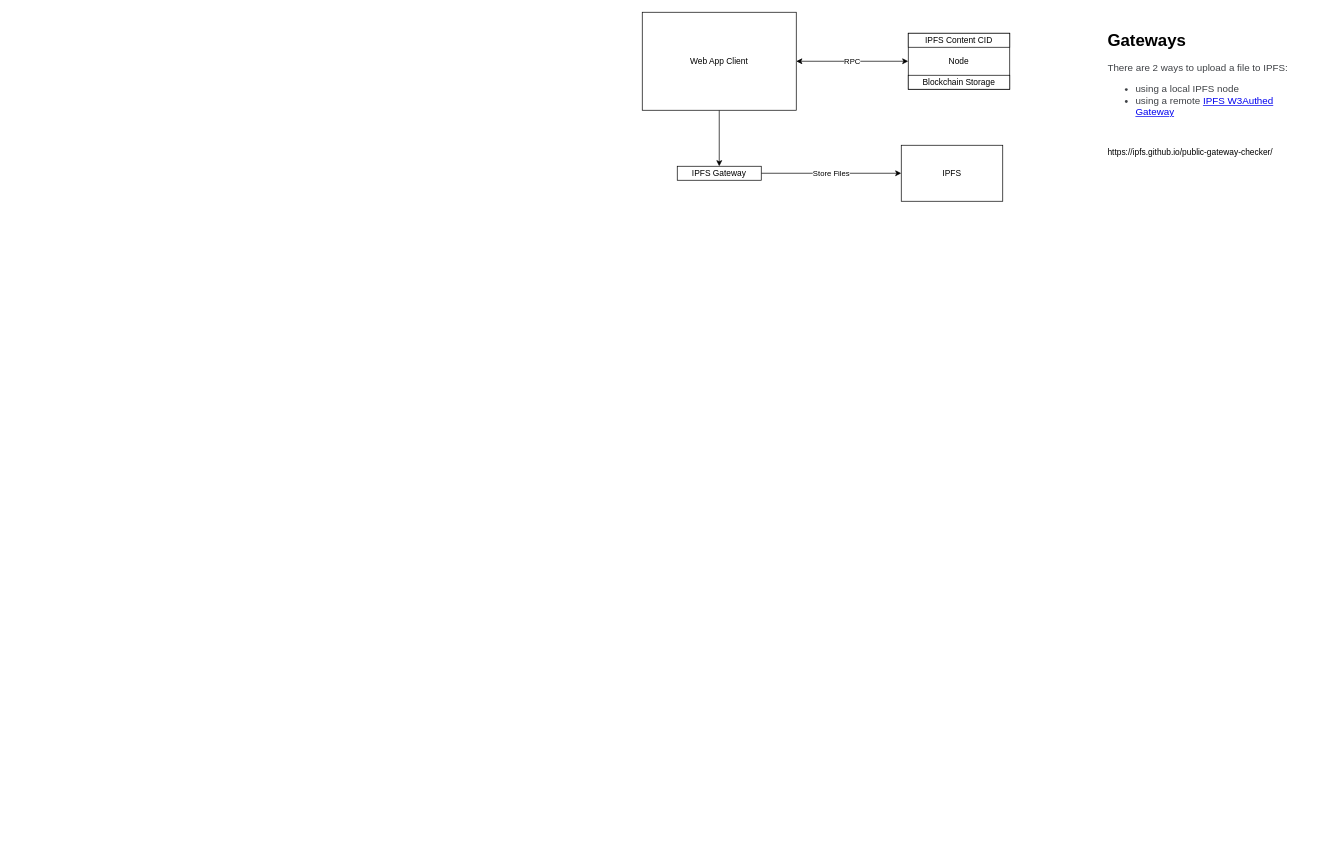
This is designs/architecture/IPFS Diagram.drawio from UniversalDot/documents, a draw.io file, before an edit. Source tidied: cells renumbered, new cells numbered last; positions are measured from the earlier drawing's top-left corner, leaving out a move shared by most shapes. Both pictures are drawn from the tidied source at 70%, with x=0, y=0 at pixel (642, 12).
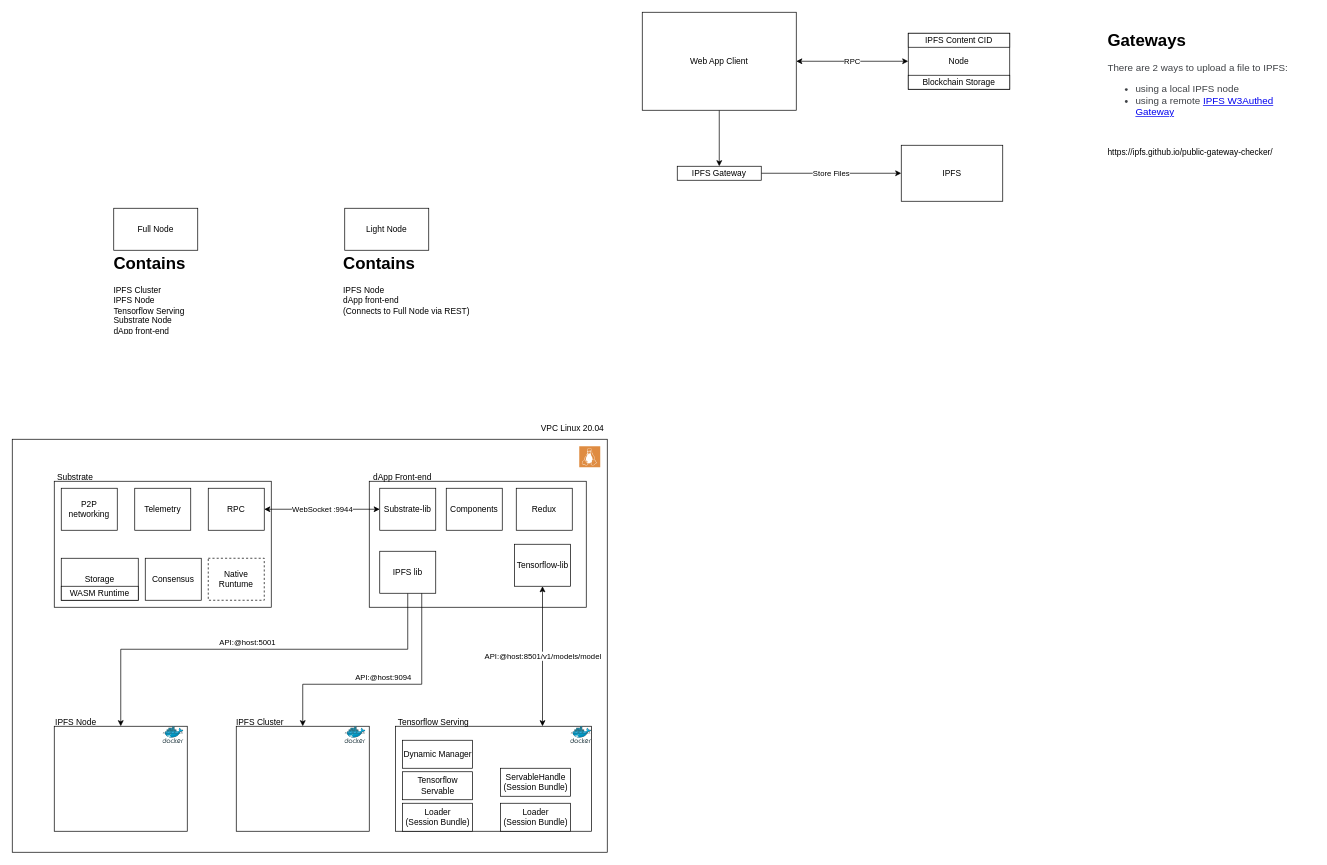
After the change.

Change to the diagram source:
```diff
@@
+    <mxCell id="12" style="rounded=0;whiteSpace=wrap;html=1;" parent="1" vertex="1">
+      <mxGeometry x="-900" y="610" width="850" height="590" as="geometry" />
+    </mxCell>
@@
+    <mxCell id="13" style="rounded=0;whiteSpace=wrap;html=1;" parent="1" vertex="1">
+      <mxGeometry x="-840" y="670" width="310" height="180" as="geometry" />
+    </mxCell>
+    <mxCell id="14" value="Substrate" style="text;html=1;strokeColor=none;fillColor=none;align=center;verticalAlign=middle;whiteSpace=wrap;rounded=0;" parent="1" vertex="1">
+      <mxGeometry x="-840" y="650" width="60" height="30" as="geometry" />
+    </mxCell>
+    <mxCell id="15" value="Storage" style="rounded=0;whiteSpace=wrap;html=1;" parent="1" vertex="1">
+      <mxGeometry x="-830" y="780" width="110" height="60" as="geometry" />
+    </mxCell>
+    <mxCell id="16" value="WASM Runtime" style="rounded=0;whiteSpace=wrap;html=1;" parent="1" vertex="1">
+      <mxGeometry x="-830" y="820" width="110" height="20" as="geometry" />
+    </mxCell>
+    <mxCell id="17" value="Consensus" style="rounded=0;whiteSpace=wrap;html=1;" parent="1" vertex="1">
+      <mxGeometry x="-710" y="780" width="80" height="60" as="geometry" />
+    </mxCell>
+    <mxCell id="18" value="P2P networking" style="rounded=0;whiteSpace=wrap;html=1;" parent="1" vertex="1">
+      <mxGeometry x="-830" y="680" width="80" height="60" as="geometry" />
+    </mxCell>
+    <mxCell id="19" value="RPC" style="rounded=0;whiteSpace=wrap;html=1;" parent="1" vertex="1">
+      <mxGeometry x="-620" y="680" width="80" height="60" as="geometry" />
+    </mxCell>
+    <mxCell id="20" value="Telemetry" style="rounded=0;whiteSpace=wrap;html=1;" parent="1" vertex="1">
+      <mxGeometry x="-725" y="680" width="80" height="60" as="geometry" />
+    </mxCell>
+    <mxCell id="21" value="Native Runtume" style="rounded=0;whiteSpace=wrap;html=1;dashed=1;" parent="1" vertex="1">
+      <mxGeometry x="-620" y="780" width="80" height="60" as="geometry" />
+    </mxCell>
+    <mxCell id="22" style="rounded=0;whiteSpace=wrap;html=1;" parent="1" vertex="1">
+      <mxGeometry x="-390" y="670" width="310" height="180" as="geometry" />
+    </mxCell>
+    <mxCell id="23" value="dApp Front-end" style="text;html=1;strokeColor=none;fillColor=none;align=center;verticalAlign=middle;whiteSpace=wrap;rounded=0;" parent="1" vertex="1">
+      <mxGeometry x="-395" y="650" width="105" height="30" as="geometry" />
+    </mxCell>
+    <mxCell id="24" value="Substrate-lib" style="rounded=0;whiteSpace=wrap;html=1;" parent="1" vertex="1">
+      <mxGeometry x="-375" y="680" width="80" height="60" as="geometry" />
+    </mxCell>
+    <mxCell id="25" value="Components" style="rounded=0;whiteSpace=wrap;html=1;" parent="1" vertex="1">
+      <mxGeometry x="-280" y="680" width="80" height="60" as="geometry" />
+    </mxCell>
+    <mxCell id="26" value="Redux" style="rounded=0;whiteSpace=wrap;html=1;" parent="1" vertex="1">
+      <mxGeometry x="-180" y="680" width="80" height="60" as="geometry" />
+    </mxCell>
+    <mxCell id="27" value="WebSocket :9944" style="edgeStyle=orthogonalEdgeStyle;rounded=0;jettySize=auto;html=1;entryX=0;entryY=0.5;entryDx=0;entryDy=0;startArrow=classic;startFill=1;" parent="1" edge="1" source="19" target="24">
+      <mxGeometry relative="1" as="geometry" />
+    </mxCell>
+    <mxCell id="28" value="VPC Linux 20.04" style="text;html=1;strokeColor=none;fillColor=none;align=center;verticalAlign=middle;whiteSpace=wrap;rounded=0;" parent="1" vertex="1">
+      <mxGeometry x="-148.8" y="580" width="98.8" height="30" as="geometry" />
+    </mxCell>
+    <mxCell id="29" style="sketch=0;shadow=0;dashed=0;html=1;strokeColor=none;fillColor=#DF8C42;labelPosition=center;verticalLabelPosition=bottom;verticalAlign=top;align=center;shape=mxgraph.veeam2.linux;" parent="1" vertex="1">
+      <mxGeometry x="-90" y="620" width="30" height="30" as="geometry" />
+    </mxCell>
+    <mxCell id="30" style="rounded=0;whiteSpace=wrap;html=1;" parent="1" vertex="1">
+      <mxGeometry x="-352.5" y="1020" width="280" height="150" as="geometry" />
+    </mxCell>
+    <mxCell id="31" style="sketch=0;html=1;align=center;image;fontSize=12;image=img/lib/mscae/Docker.svg;" parent="1" vertex="1">
+      <mxGeometry x="-102.5" y="1020" width="30" height="24.6" as="geometry" />
+    </mxCell>
+    <mxCell id="32" value="Tensorflow Servable" style="rounded=0;whiteSpace=wrap;html=1;" parent="1" vertex="1">
+      <mxGeometry x="-342.5" y="1085" width="100" height="40" as="geometry" />
+    </mxCell>
+    <mxCell id="33" value="Loader &lt;br&gt;(Session Bundle)" style="rounded=0;whiteSpace=wrap;html=1;" parent="1" vertex="1">
+      <mxGeometry x="-342.5" y="1130" width="100" height="40" as="geometry" />
+    </mxCell>
+    <mxCell id="34" value="Loader &lt;br&gt;(Session Bundle)" style="rounded=0;whiteSpace=wrap;html=1;" parent="1" vertex="1">
+      <mxGeometry x="-202.5" y="1130" width="100" height="40" as="geometry" />
+    </mxCell>
+    <mxCell id="35" value="Dynamic Manager" style="rounded=0;whiteSpace=wrap;html=1;" parent="1" vertex="1">
+      <mxGeometry x="-342.5" y="1040" width="100" height="40" as="geometry" />
+    </mxCell>
+    <mxCell id="36" value="ServableHandle&lt;br&gt;(Session Bundle)" style="rounded=0;whiteSpace=wrap;html=1;" parent="1" vertex="1">
+      <mxGeometry x="-202.5" y="1080" width="100" height="40" as="geometry" />
+    </mxCell>
+    <mxCell id="37" value="Tensorflow Serving" style="text;html=1;strokeColor=none;fillColor=none;align=center;verticalAlign=middle;whiteSpace=wrap;rounded=0;" parent="1" vertex="1">
+      <mxGeometry x="-352.5" y="1000" width="108.1" height="30" as="geometry" />
+    </mxCell>
+    <mxCell id="38" value="API:@host:8501/v1/models/model" style="edgeStyle=orthogonalEdgeStyle;rounded=0;jettySize=auto;html=1;entryX=0.75;entryY=0;entryDx=0;entryDy=0;startArrow=classic;startFill=1;" parent="1" edge="1" source="39" target="30">
+      <mxGeometry relative="1" as="geometry" />
+    </mxCell>
+    <mxCell id="39" value="Tensorflow-lib" style="rounded=0;whiteSpace=wrap;html=1;" parent="1" vertex="1">
+      <mxGeometry x="-182.5" y="760" width="80" height="60" as="geometry" />
+    </mxCell>
+    <mxCell id="40" value="IPFS Node" style="text;html=1;strokeColor=none;fillColor=none;align=center;verticalAlign=middle;whiteSpace=wrap;rounded=0;" parent="1" vertex="1">
+      <mxGeometry x="-863.1" y="1000" width="108.1" height="30" as="geometry" />
+    </mxCell>
+    <mxCell id="41" value="API:@host:5001" style="edgeStyle=orthogonalEdgeStyle;rounded=0;jettySize=auto;html=1;" parent="1" edge="1" source="42" target="51">
+      <mxGeometry x="0.03" y="-10" relative="1" as="geometry">
+        <Array as="points">
+          <mxPoint x="-335" y="910" />
+          <mxPoint x="-745" y="910" />
+        </Array>
+      </mxGeometry>
+    </mxCell>
+    <mxCell id="42" value="IPFS lib" style="rounded=0;whiteSpace=wrap;html=1;" parent="1" vertex="1">
+      <mxGeometry x="-375" y="770" width="80" height="60" as="geometry" />
+    </mxCell>
+    <mxCell id="43" value="Full Node" style="rounded=0;whiteSpace=wrap;html=1;" parent="1" vertex="1">
+      <mxGeometry x="-755" y="280" width="120" height="60" as="geometry" />
+    </mxCell>
+    <mxCell id="44" value="Light Node" style="rounded=0;whiteSpace=wrap;html=1;" parent="1" vertex="1">
+      <mxGeometry x="-425" y="280" width="120" height="60" as="geometry" />
+    </mxCell>
+    <mxCell id="45" value="&lt;h1&gt;&lt;span style=&quot;background-color: initial;&quot;&gt;Contains&lt;/span&gt;&lt;/h1&gt;&lt;div&gt;&lt;span style=&quot;font-size: 12px; font-weight: 400;&quot;&gt;IPFS Cluster&lt;/span&gt;&lt;/div&gt;&lt;div&gt;&lt;span style=&quot;font-size: 12px; font-weight: 400;&quot;&gt;IPFS Node&lt;/span&gt;&lt;/div&gt;&lt;div&gt;&lt;span style=&quot;font-size: 12px; font-weight: 400;&quot;&gt;Tensorflow Serving&lt;/span&gt;&lt;/div&gt;&lt;div&gt;Substrate Node&lt;/div&gt;&lt;div&gt;dApp front-end&lt;/div&gt;&lt;div&gt;&lt;span style=&quot;font-size: 12px; font-weight: 400;&quot;&gt;&lt;br&gt;&lt;/span&gt;&lt;/div&gt;&lt;h1&gt;&lt;span style=&quot;font-size: 12px; font-weight: 400;&quot;&gt;&lt;br&gt;&lt;/span&gt;&lt;/h1&gt;" style="text;html=1;strokeColor=none;fillColor=none;spacing=5;spacingTop=-20;whiteSpace=wrap;overflow=hidden;rounded=0;" parent="1" vertex="1">
+      <mxGeometry x="-760" y="340" width="190" height="120" as="geometry" />
+    </mxCell>
+    <mxCell id="46" value="&lt;h1&gt;&lt;span style=&quot;background-color: initial;&quot;&gt;Contains&lt;/span&gt;&lt;/h1&gt;&lt;div&gt;&lt;span style=&quot;font-size: 12px; font-weight: 400;&quot;&gt;IPFS Node&lt;/span&gt;&lt;/div&gt;&lt;div&gt;dApp front-end&lt;/div&gt;&lt;div&gt;(Connects to Full Node via REST)&lt;/div&gt;&lt;h1&gt;&lt;span style=&quot;font-size: 12px; font-weight: 400;&quot;&gt;&lt;br&gt;&lt;/span&gt;&lt;/h1&gt;" style="text;html=1;strokeColor=none;fillColor=none;spacing=5;spacingTop=-20;whiteSpace=wrap;overflow=hidden;rounded=0;" parent="1" vertex="1">
+      <mxGeometry x="-432.5" y="340" width="190" height="120" as="geometry" />
+    </mxCell>
+    <mxCell id="47" style="rounded=0;whiteSpace=wrap;html=1;" parent="1" vertex="1">
+      <mxGeometry x="-580" y="1020" width="190" height="150" as="geometry" />
+    </mxCell>
+    <mxCell id="48" value="IPFS Cluster" style="text;html=1;strokeColor=none;fillColor=none;align=center;verticalAlign=middle;whiteSpace=wrap;rounded=0;" parent="1" vertex="1">
+      <mxGeometry x="-600" y="1000" width="108.1" height="30" as="geometry" />
+    </mxCell>
+    <mxCell id="49" value="API:@host:9094" style="edgeStyle=orthogonalEdgeStyle;rounded=0;jettySize=auto;html=1;entryX=0.5;entryY=0;entryDx=0;entryDy=0;exitX=0.75;exitY=1;exitDx=0;exitDy=0;" parent="1" edge="1" source="42" target="47">
+      <mxGeometry x="0.03" y="-10" relative="1" as="geometry">
+        <Array as="points">
+          <mxPoint x="-315" y="960" />
+          <mxPoint x="-485" y="960" />
+        </Array>
+      </mxGeometry>
+    </mxCell>
+    <mxCell id="50" style="sketch=0;html=1;align=center;image;fontSize=12;image=img/lib/mscae/Docker.svg;" parent="1" vertex="1">
+      <mxGeometry x="-425" y="1020" width="30" height="24.6" as="geometry" />
+    </mxCell>
+    <mxCell id="51" style="rounded=0;whiteSpace=wrap;html=1;" parent="1" vertex="1">
+      <mxGeometry x="-840" y="1020" width="190" height="150" as="geometry" />
+    </mxCell>
+    <mxCell id="52" style="sketch=0;html=1;align=center;image;fontSize=12;image=img/lib/mscae/Docker.svg;" parent="1" vertex="1">
+      <mxGeometry x="-685" y="1020" width="30" height="24.6" as="geometry" />
+    </mxCell>
```
